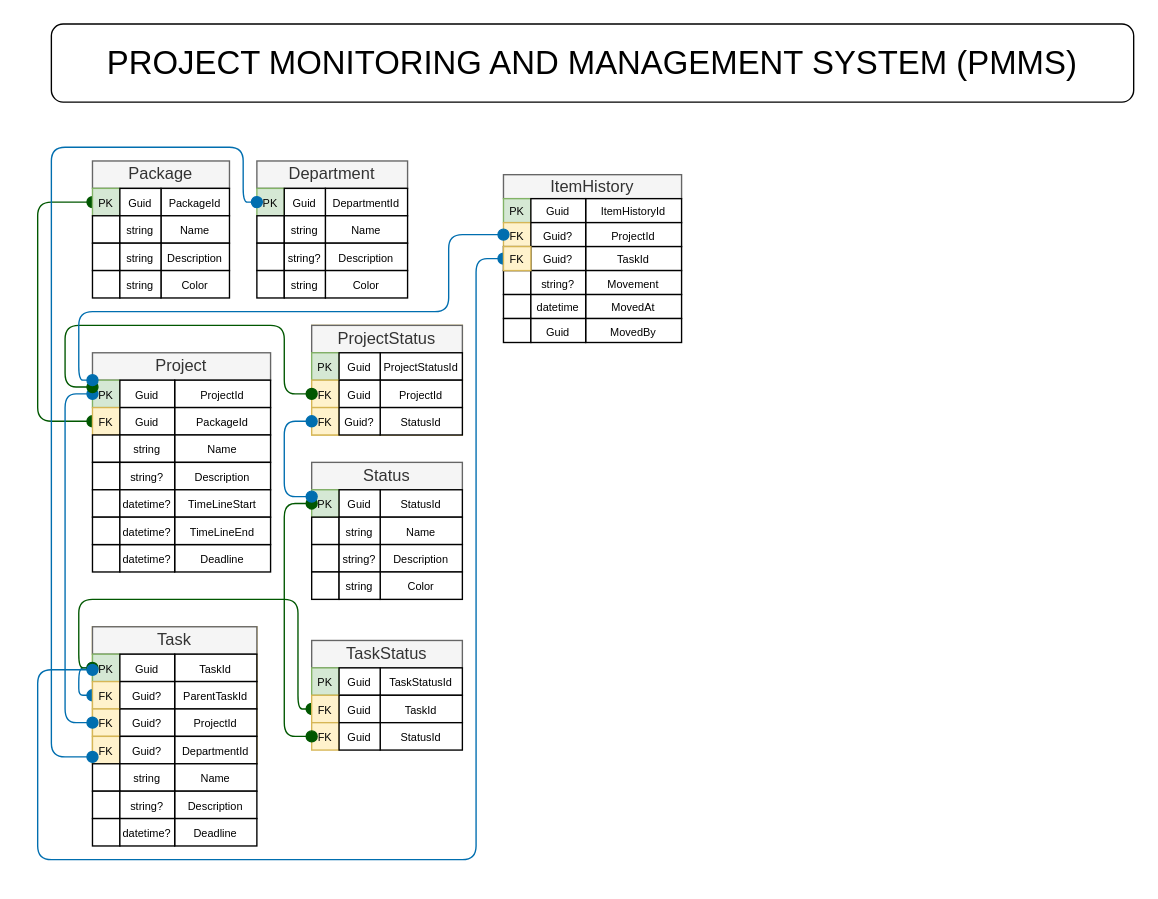
B0bUy/ProjectMonitoringSystem_Server keeps this draw.io diagram as Untitled Diagram.drawio. Above is the earlier version. Source tidied: cells renumbered, new cells numbered last; positions are measured from the earlier drawing's top-left corner, leaving out a move shared by most shapes. Both pictures are drawn from the tidied source at 137%, with x=0, y=0 at pixel (37, 23).
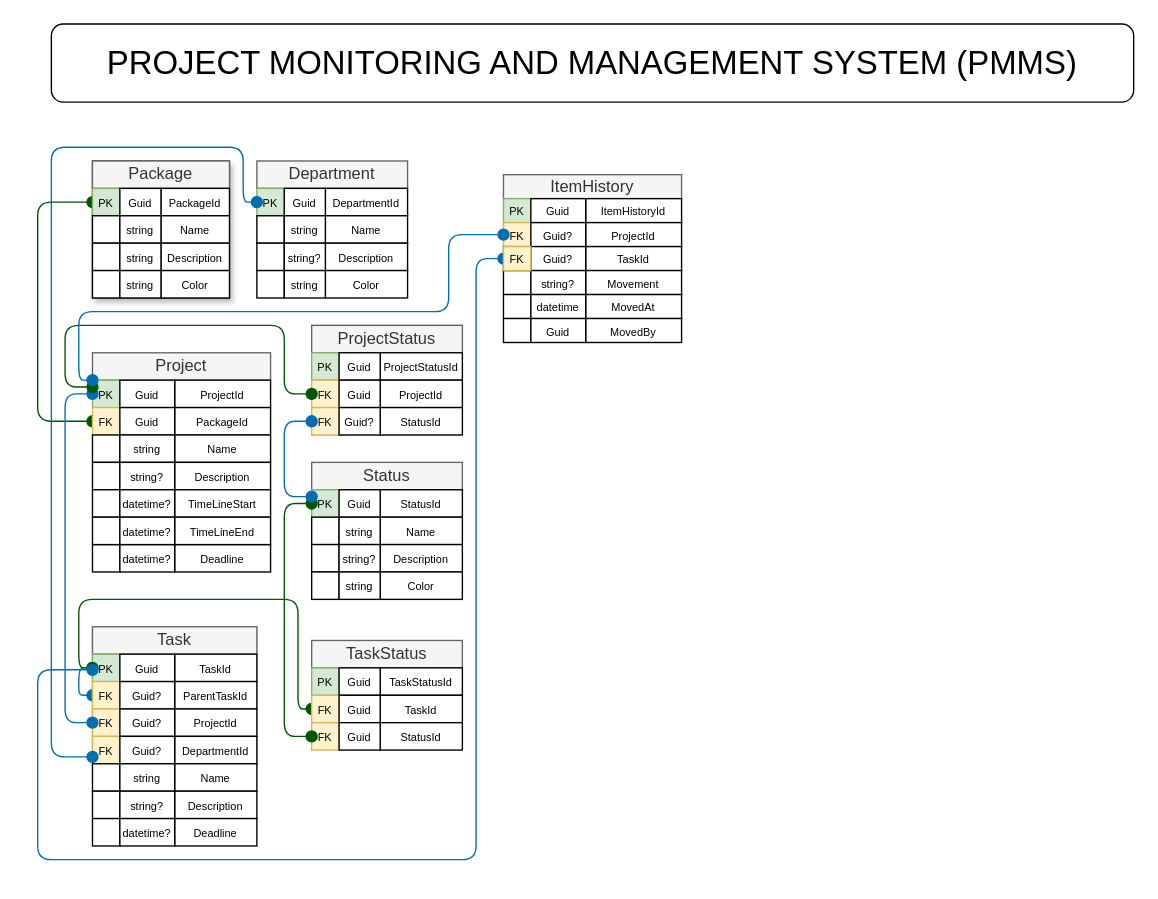
After the change.

The edit, as a diff of the source:
```diff
@@
-    <mxCell id="3" style="group;shadow=1;" parent="1" vertex="1">
+    <mxCell id="3" style="group;shadow=1;fillColor=#008a00;fontColor=#ffffff;strokeColor=#005700;" parent="1" vertex="1">
       <mxGeometry x="40" y="100" width="100" height="100" as="geometry" />
     </mxCell>
```
